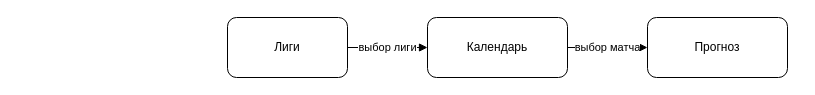
The draw.io diagram docs/vkr/manuscript/figures/drawio/screens-nav.drawio in npawcompany/application_football_prognoz, before the edit. Source tidied: cells renumbered, new cells numbered last; positions are measured from the earlier drawing's top-left corner, leaving out a move shared by most shapes. Both pictures are drawn from the tidied source at 100%, with x=0, y=0 at pixel (227, 17).
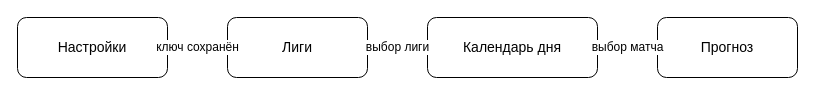
After the change.

What changed in the source:
```diff
@@
 <mxGraphModel>
   <root>
     <mxCell id="0" />
     <mxCell id="1" parent="0" />
+    <mxCell id="7" value="Настройки" style="rounded=1;whiteSpace=wrap;html=1;fillColor=#FFFFFF;strokeColor=#000000;fontColor=#000000;fontSize=14;" parent="1" vertex="1">
+      <mxGeometry x="-210" width="150" height="60" as="geometry" />
+    </mxCell>
-    <mxCell id="2" value="Лиги" style="rounded=1;whiteSpace=wrap;html=1;fillColor=#FFFFFF;strokeColor=#000000;fontColor=#000000;fontSize=12;" parent="1" vertex="1">
-      <mxGeometry width="120" height="60" as="geometry" />
+    <mxCell id="2" value="Лиги" style="rounded=1;whiteSpace=wrap;html=1;fillColor=#FFFFFF;strokeColor=#000000;fontColor=#000000;fontSize=14;" parent="1" vertex="1">
+      <mxGeometry width="140" height="60" as="geometry" />
     </mxCell>
-    <mxCell id="3" value="Календарь" style="rounded=1;whiteSpace=wrap;html=1;fillColor=#FFFFFF;strokeColor=#000000;fontColor=#000000;fontSize=12;" parent="1" vertex="1">
-      <mxGeometry x="200" width="140" height="60" as="geometry" />
+    <mxCell id="3" value="Календарь дня" style="rounded=1;whiteSpace=wrap;html=1;fillColor=#FFFFFF;strokeColor=#000000;fontColor=#000000;fontSize=14;" parent="1" vertex="1">
+      <mxGeometry x="200" width="170" height="60" as="geometry" />
     </mxCell>
-    <mxCell id="4" value="Прогноз" style="rounded=1;whiteSpace=wrap;html=1;fillColor=#FFFFFF;strokeColor=#000000;fontColor=#000000;fontSize=12;" parent="1" vertex="1">
-      <mxGeometry x="420" width="140" height="60" as="geometry" />
+    <mxCell id="4" value="Прогноз" style="rounded=1;whiteSpace=wrap;html=1;fillColor=#FFFFFF;strokeColor=#000000;fontColor=#000000;fontSize=14;" parent="1" vertex="1">
+      <mxGeometry x="430" width="140" height="60" as="geometry" />
     </mxCell>
+    <mxCell id="8" value="ключ сохранён" style="edgeStyle=orthogonalEdgeStyle;rounded=0;jettySize=auto;html=1;strokeColor=#000000;fontColor=#000000;endArrow=block;endFill=1;fontSize=12;" parent="1" edge="1" source="7" target="2">
+      <mxGeometry relative="1" as="geometry" />
+    </mxCell>
-    <mxCell id="5" value="выбор лиги" style="edgeStyle=orthogonalEdgeStyle;rounded=0;jettySize=auto;html=1;strokeColor=#000000;fontColor=#000000;endArrow=block;endFill=1;" parent="1" edge="1" source="2" target="3">
+    <mxCell id="5" value="выбор лиги" style="edgeStyle=orthogonalEdgeStyle;rounded=0;jettySize=auto;html=1;strokeColor=#000000;fontColor=#000000;endArrow=block;endFill=1;fontSize=12;" parent="1" edge="1" source="2" target="3">
       <mxGeometry relative="1" as="geometry" />
     </mxCell>
-    <mxCell id="6" value="выбор матча" style="edgeStyle=orthogonalEdgeStyle;rounded=0;jettySize=auto;html=1;strokeColor=#000000;fontColor=#000000;endArrow=block;endFill=1;" parent="1" edge="1" source="3" target="4">
+    <mxCell id="6" value="выбор матча" style="edgeStyle=orthogonalEdgeStyle;rounded=0;jettySize=auto;html=1;strokeColor=#000000;fontColor=#000000;endArrow=block;endFill=1;fontSize=12;" parent="1" edge="1" source="3" target="4">
       <mxGeometry relative="1" as="geometry" />
     </mxCell>
   </root>
 </mxGraphModel>
```
